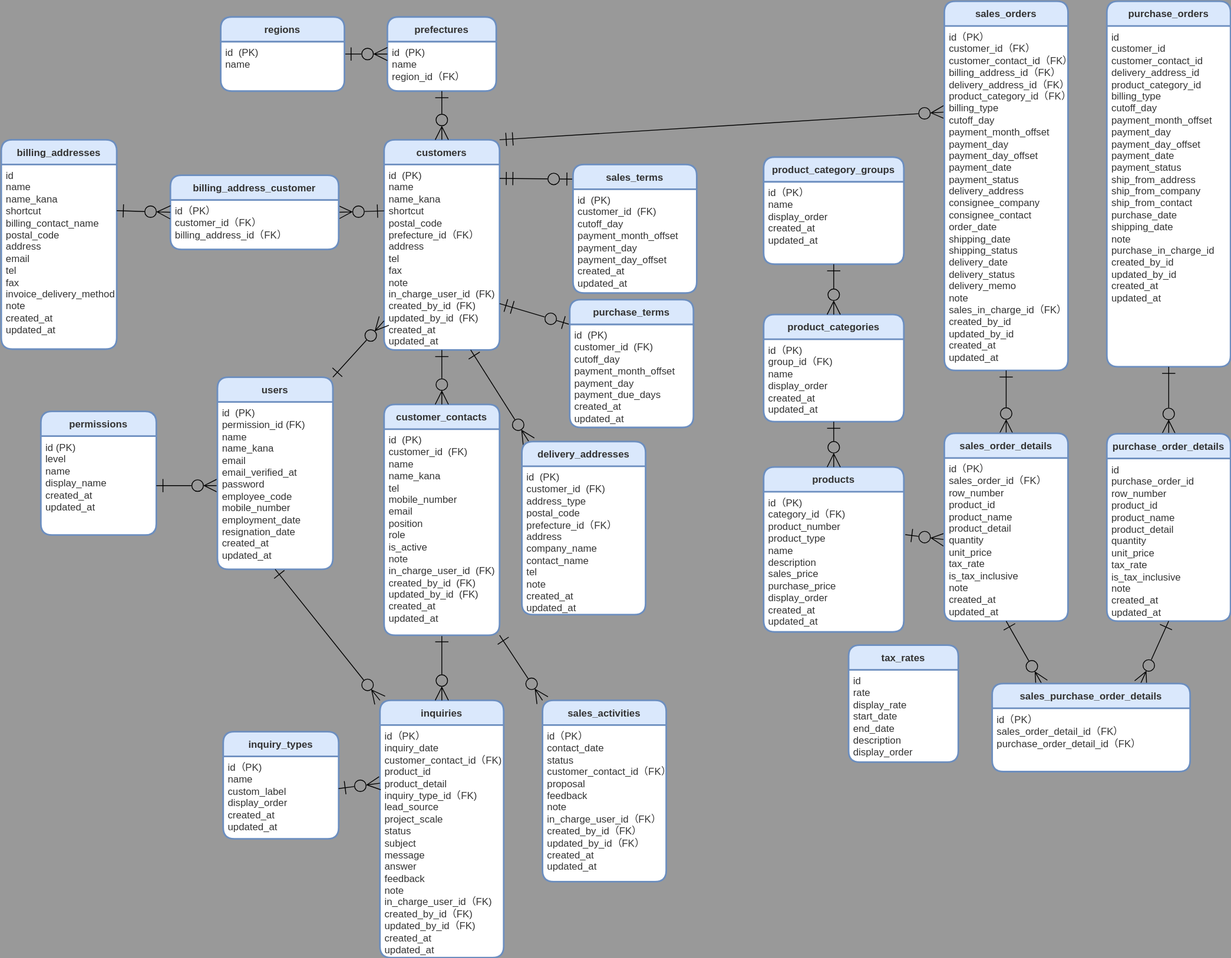
Before: src/docs/ER.drawio.svg, a diagram exported from draw.io (ryo-tom/flagship). Source tidied: cells renumbered, new cells last; positions are measured from the earlier drawing's top-left corner, leaving out a move shared by most shapes.
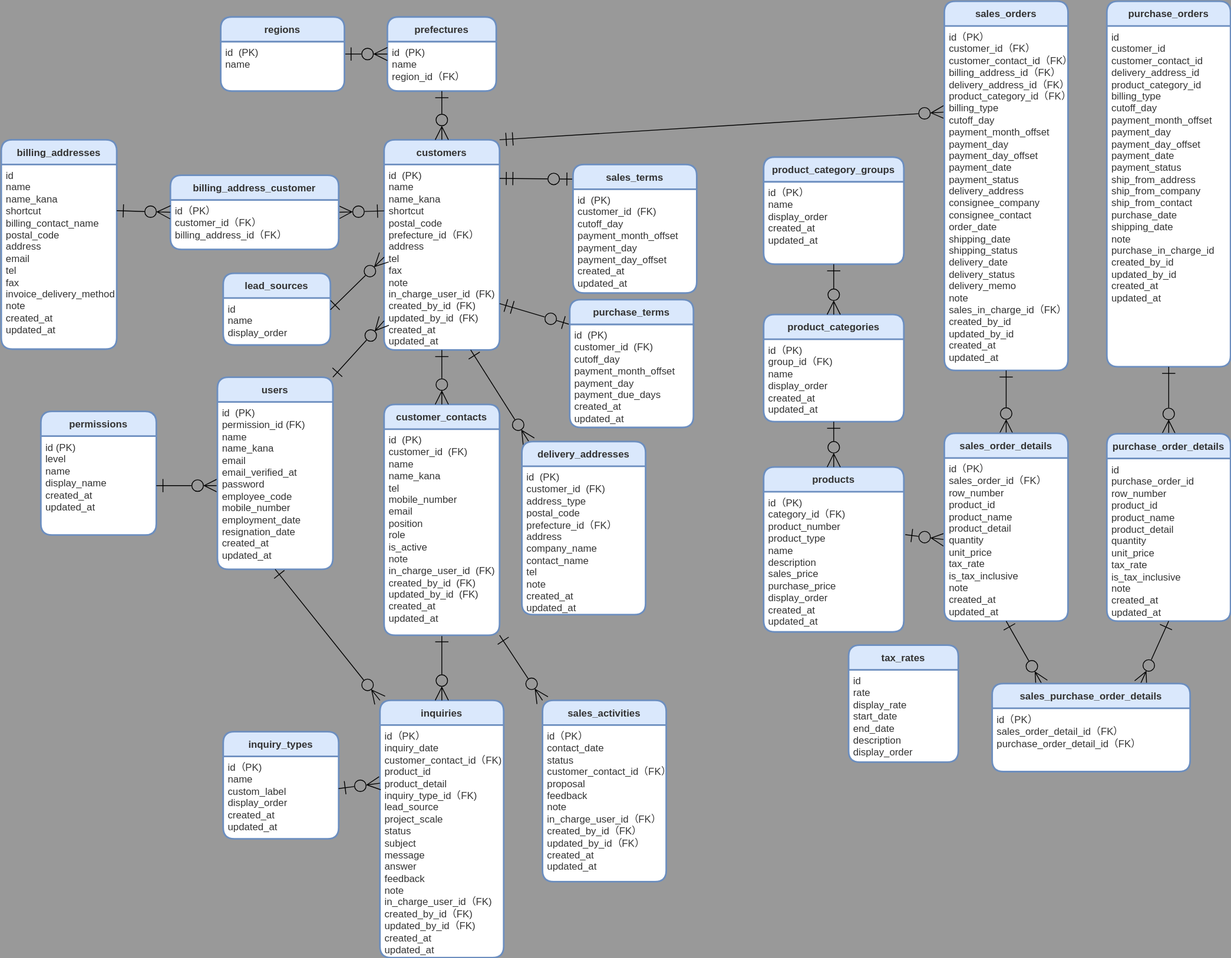
Later version of the same file.

Commit message:
docs: add lead_sources ER

Change to the diagram source:
```diff
@@ -224,5 +224,14 @@
     <mxCell id="75" value="&lt;div&gt;id&lt;/div&gt;&lt;div&gt;rate&lt;/div&gt;&lt;div&gt;display_rate&lt;/div&gt;&lt;div&gt;start_date&lt;/div&gt;&lt;div&gt;end_date&lt;/div&gt;&lt;div&gt;description&lt;/div&gt;&lt;div&gt;display_order&lt;/div&gt;&lt;div&gt;&lt;br&gt;&lt;/div&gt;" style="align=left;strokeColor=none;fillColor=none;spacingLeft=4;fontSize=12;verticalAlign=top;fontColor=#333333;html=1;" parent="74" vertex="1">
       <mxGeometry y="30" width="133" height="112" as="geometry" />
     </mxCell>
+    <mxCell id="76" value="lead_sources" style="swimlane;horizontal=1;startSize=30;rounded=1;fontSize=12;fontStyle=1;strokeWidth=2;shadow=0;dashed=0;align=center;fillColor=#dae8fc;strokeColor=#6c8ebf;fontColor=#333333;labelBackgroundColor=none;gradientColor=none;swimlaneFillColor=#FFFFFF;verticalAlign=middle;" parent="1" vertex="1">
+      <mxGeometry x="269" y="330" width="130" height="87" as="geometry" />
+    </mxCell>
+    <mxCell id="77" value="&lt;font style=&quot;&quot;&gt;&lt;div&gt;id&lt;/div&gt;&lt;div&gt;name&lt;/div&gt;&lt;div&gt;display_order&lt;/div&gt;&lt;/font&gt;" style="align=left;strokeColor=none;fillColor=none;spacingLeft=4;fontSize=12;verticalAlign=top;fontColor=#333333;html=1;" parent="76" vertex="1">
+      <mxGeometry y="30" width="130" height="57" as="geometry" />
+    </mxCell>
+    <mxCell id="78" style="edgeStyle=none;shape=connector;rounded=1;jumpStyle=none;jumpSize=6;html=1;exitX=1;exitY=0.25;exitDx=0;exitDy=0;shadow=0;labelBackgroundColor=default;strokeColor=default;fontFamily=Helvetica;fontSize=12;fontColor=default;startArrow=ERone;startFill=0;endArrow=ERzeroToMany;endFill=0;startSize=14;endSize=14;targetPerimeterSpacing=0;strokeWidth=1;verticalAlign=top;entryX=0;entryY=0.5;entryDx=0;entryDy=0;" parent="1" edge="1" source="77" target="12">
+      <mxGeometry relative="1" as="geometry" />
+    </mxCell>
   </root>
 </mxGraphModel>
```
